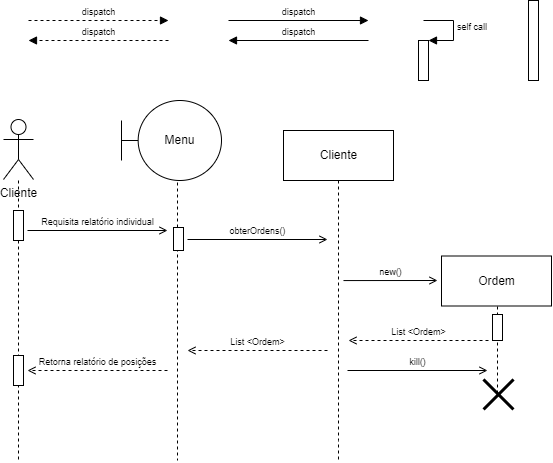
Earlier version of the draw.io export MarketDiagramasDeSequencia/MarketSequencia06.drawio.png (EijiDogen/FEI_MDSMarket). Source tidied: cells renumbered, new cells last; positions are measured from the earlier drawing's top-left corner, leaving out a move shared by most shapes.
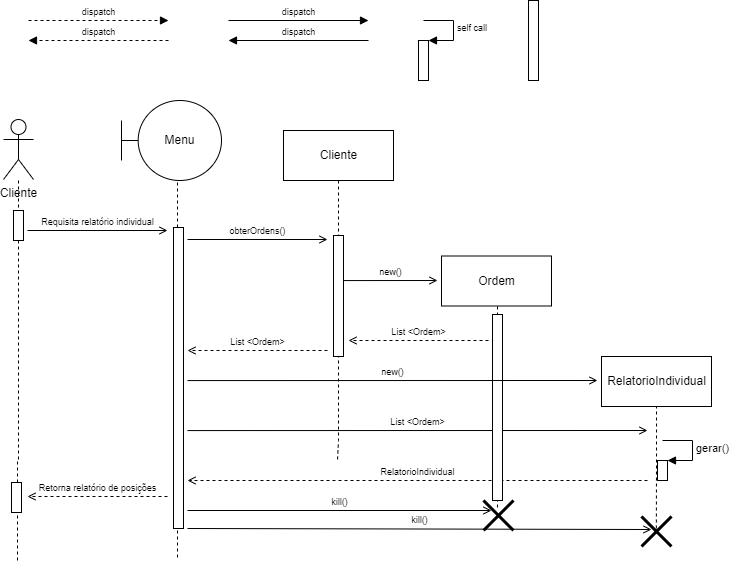
The same diagram one commit later.

What changed in the source:
```diff
@@ -6,7 +6,7 @@
     <mxCell id="3" style="edgeStyle=orthogonalEdgeStyle;rounded=0;orthogonalLoop=1;jettySize=auto;html=1;dashed=1;endArrow=none;endFill=0;" parent="2" edge="1">
       <mxGeometry relative="1" as="geometry">
         <mxPoint x="15" y="180" as="sourcePoint" />
-        <mxPoint x="14" y="460" as="targetPoint" />
+        <mxPoint x="14" y="560" as="targetPoint" />
         <Array as="points">
           <mxPoint x="15" y="460" />
         </Array>
@@ -22,14 +22,9 @@
         </Array>
       </mxGeometry>
     </mxCell>
-    <mxCell id="5" style="edgeStyle=orthogonalEdgeStyle;rounded=0;orthogonalLoop=1;jettySize=auto;html=1;dashed=1;endArrow=none;endFill=0;" parent="2" edge="1">
+    <mxCell id="5" style="edgeStyle=orthogonalEdgeStyle;rounded=0;jettySize=auto;html=1;dashed=1;endArrow=none;endFill=0;entryX=0.467;entryY=0.333;entryDx=0;entryDy=0;entryPerimeter=0;" parent="2" edge="1" target="31">
       <mxGeometry relative="1" as="geometry">
         <mxPoint x="494" y="300" as="sourcePoint" />
-        <mxPoint x="494" y="393" as="targetPoint" />
-        <Array as="points">
-          <mxPoint x="494" y="383" />
-          <mxPoint x="494" y="383" />
-        </Array>
       </mxGeometry>
     </mxCell>
     <mxCell id="6" value="Cliente" style="html=1;" parent="2" vertex="1">
@@ -41,7 +36,7 @@
     <mxCell id="8" style="edgeStyle=orthogonalEdgeStyle;rounded=0;orthogonalLoop=1;jettySize=auto;html=1;endArrow=none;endFill=0;dashed=1;" parent="2" edge="1">
       <mxGeometry relative="1" as="geometry">
         <mxPoint x="174" y="170" as="sourcePoint" />
-        <mxPoint x="174" y="460" as="targetPoint" />
+        <mxPoint x="174" y="560" as="targetPoint" />
         <Array as="points">
           <mxPoint x="174" y="450" />
         </Array>
@@ -50,6 +45,26 @@
     <mxCell id="9" value="Ordem" style="html=1;" parent="2" vertex="1">
       <mxGeometry x="438" y="255.5" width="110" height="50" as="geometry" />
     </mxCell>
+    <mxCell id="32" style="edgeStyle=orthogonalEdgeStyle;rounded=0;jettySize=auto;html=1;dashed=1;endArrow=none;endFill=0;entryX=0.495;entryY=0.523;entryDx=0;entryDy=0;entryPerimeter=0;" parent="2" edge="1" target="38">
+      <mxGeometry relative="1" as="geometry">
+        <mxPoint x="653" y="405" as="sourcePoint" />
+      </mxGeometry>
+    </mxCell>
+    <mxCell id="33" value="RelatorioIndividual" style="html=1;" parent="2" vertex="1">
+      <mxGeometry x="598" y="356" width="110" height="50" as="geometry" />
+    </mxCell>
+    <mxCell id="34" value="List &amp;lt;Ordem&amp;gt;" style="html=1;verticalAlign=bottom;endArrow=open;rounded=0;fontSize=9;endFill=0;" parent="2" edge="1">
+      <mxGeometry relative="1" as="geometry">
+        <mxPoint x="184" y="430.1" as="sourcePoint" />
+        <mxPoint x="644" y="430" as="targetPoint" />
+      </mxGeometry>
+    </mxCell>
+    <mxCell id="35" value="RelatorioIndividual" style="html=1;verticalAlign=bottom;endArrow=open;rounded=0;fontSize=9;dashed=1;endFill=0;" parent="2" edge="1">
+      <mxGeometry relative="1" as="geometry">
+        <mxPoint x="644" y="480" as="sourcePoint" />
+        <mxPoint x="184" y="480" as="targetPoint" />
+      </mxGeometry>
+    </mxCell>
     <mxCell id="10" value="Active" parent="0" />
     <mxCell id="11" style="html=1;perimeter=orthogonalPerimeter;fontSize=9;" parent="10" vertex="1">
       <mxGeometry x="525" width="10" height="80" as="geometry" />
@@ -58,10 +73,10 @@
       <mxGeometry x="10" y="210" width="10" height="30" as="geometry" />
     </mxCell>
     <mxCell id="13" style="html=1;perimeter=orthogonalPerimeter;fontSize=9;" parent="10" vertex="1">
-      <mxGeometry x="170" y="227" width="10" height="23" as="geometry" />
+      <mxGeometry x="170" y="227" width="10" height="301" as="geometry" />
     </mxCell>
     <mxCell id="14" style="html=1;perimeter=orthogonalPerimeter;fontSize=9;" parent="10" vertex="1">
-      <mxGeometry x="489" y="314" width="10" height="26" as="geometry" />
+      <mxGeometry x="489" y="314" width="10" height="186" as="geometry" />
     </mxCell>
     <mxCell id="15" value="Menu" style="shape=umlBoundary;whiteSpace=wrap;html=1;" parent="10" vertex="1">
       <mxGeometry x="118" y="100" width="100" height="80" as="geometry" />
@@ -80,10 +95,33 @@
     </mxCell>
     <mxCell id="18" value="Retorna relatório de posições" style="html=1;verticalAlign=bottom;endArrow=open;rounded=0;fontSize=9;dashed=1;endFill=0;" parent="10" edge="1">
       <mxGeometry relative="1" as="geometry">
-        <mxPoint x="164" y="370" as="sourcePoint" />
-        <mxPoint x="24" y="370" as="targetPoint" />
+        <mxPoint x="164" y="496" as="sourcePoint" />
+        <mxPoint x="24" y="496" as="targetPoint" />
       </mxGeometry>
     </mxCell>
+    <mxCell id="36" style="html=1;points=[];perimeter=orthogonalPerimeter;" parent="10" vertex="1">
+      <mxGeometry x="654" y="460" width="10" height="20" as="geometry" />
+    </mxCell>
+    <mxCell id="37" value="gerar()" style="edgeStyle=orthogonalEdgeStyle;html=1;align=left;spacingLeft=2;endArrow=block;rounded=0;entryX=1;entryY=0;" parent="10" edge="1" target="36">
+      <mxGeometry relative="1" as="geometry">
+        <mxPoint x="659" y="440" as="sourcePoint" />
+        <Array as="points">
+          <mxPoint x="689" y="440" />
+        </Array>
+      </mxGeometry>
+    </mxCell>
+    <mxCell id="38" style="shape=umlDestroy;whiteSpace=wrap;html=1;strokeWidth=3;" parent="10" vertex="1">
+      <mxGeometry x="638" y="516" width="30" height="30" as="geometry" />
+    </mxCell>
+    <mxCell id="39" value="kill()" style="html=1;verticalAlign=bottom;endArrow=open;rounded=0;fontSize=9;endFill=0;" parent="10" edge="1">
+      <mxGeometry relative="1" as="geometry">
+        <mxPoint x="184" y="528" as="sourcePoint" />
+        <mxPoint x="648" y="529" as="targetPoint" />
+      </mxGeometry>
+    </mxCell>
+    <mxCell id="40" style="html=1;perimeter=orthogonalPerimeter;fontSize=9;" parent="10" vertex="1">
+      <mxGeometry x="330" y="235" width="10" height="121" as="geometry" />
+    </mxCell>
     <mxCell id="19" value="Messages" parent="0" />
     <mxCell id="20" value="Requisita relatório individual" style="html=1;verticalAlign=bottom;endArrow=open;rounded=0;fontSize=9;endFill=0;" parent="19" edge="1">
       <mxGeometry relative="1" as="geometry">
@@ -139,16 +177,22 @@
       </mxGeometry>
     </mxCell>
     <mxCell id="29" style="html=1;perimeter=orthogonalPerimeter;fontSize=9;" parent="19" vertex="1">
-      <mxGeometry x="10" y="355" width="10" height="30" as="geometry" />
+      <mxGeometry x="8" y="482" width="10" height="30" as="geometry" />
     </mxCell>
     <mxCell id="30" value="kill()" style="html=1;verticalAlign=bottom;endArrow=open;rounded=0;fontSize=9;endFill=0;" parent="19" edge="1">
       <mxGeometry relative="1" as="geometry">
-        <mxPoint x="344" y="370" as="sourcePoint" />
-        <mxPoint x="484" y="370" as="targetPoint" />
+        <mxPoint x="184" y="510" as="sourcePoint" />
+        <mxPoint x="488" y="510" as="targetPoint" />
       </mxGeometry>
     </mxCell>
     <mxCell id="31" style="shape=umlDestroy;whiteSpace=wrap;html=1;strokeWidth=3;" parent="19" vertex="1">
-      <mxGeometry x="480" y="379" width="30" height="30" as="geometry" />
+      <mxGeometry x="480" y="500" width="30" height="30" as="geometry" />
     </mxCell>
+    <mxCell id="41" value="new()" style="html=1;verticalAlign=bottom;endArrow=open;rounded=0;fontSize=9;endFill=0;" parent="19" edge="1">
+      <mxGeometry relative="1" as="geometry">
+        <mxPoint x="184" y="380.1" as="sourcePoint" />
+        <mxPoint x="594" y="380" as="targetPoint" />
+      </mxGeometry>
+    </mxCell>
   </root>
 </mxGraphModel>
```
